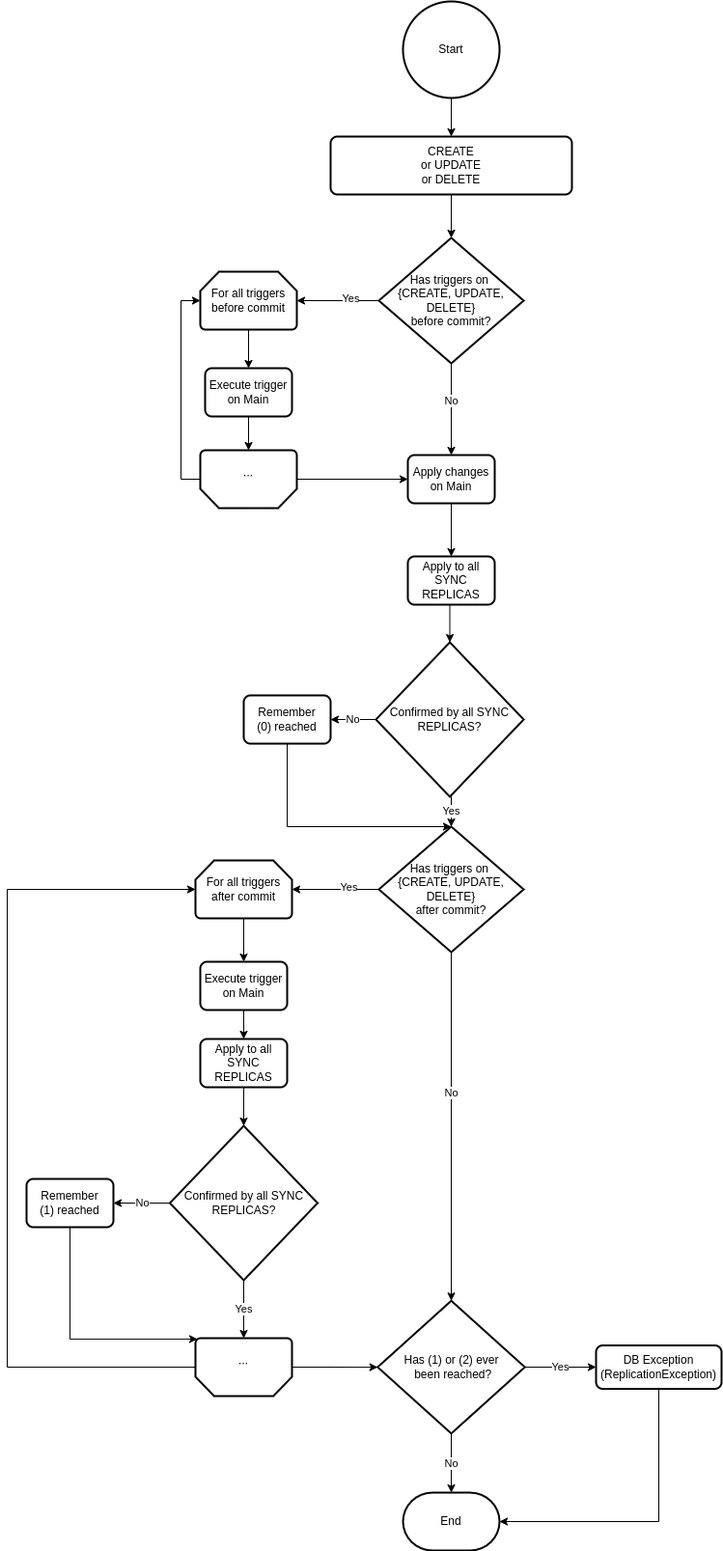
Above: docs/under-the-hood/data/replication/workflow_diagram_data_manipulation.drawio.png in memgraph/docs (draw.io), before the change. Source tidied: cells renumbered, new cells last; positions are measured from the earlier drawing's top-left corner, leaving out a move shared by most shapes.
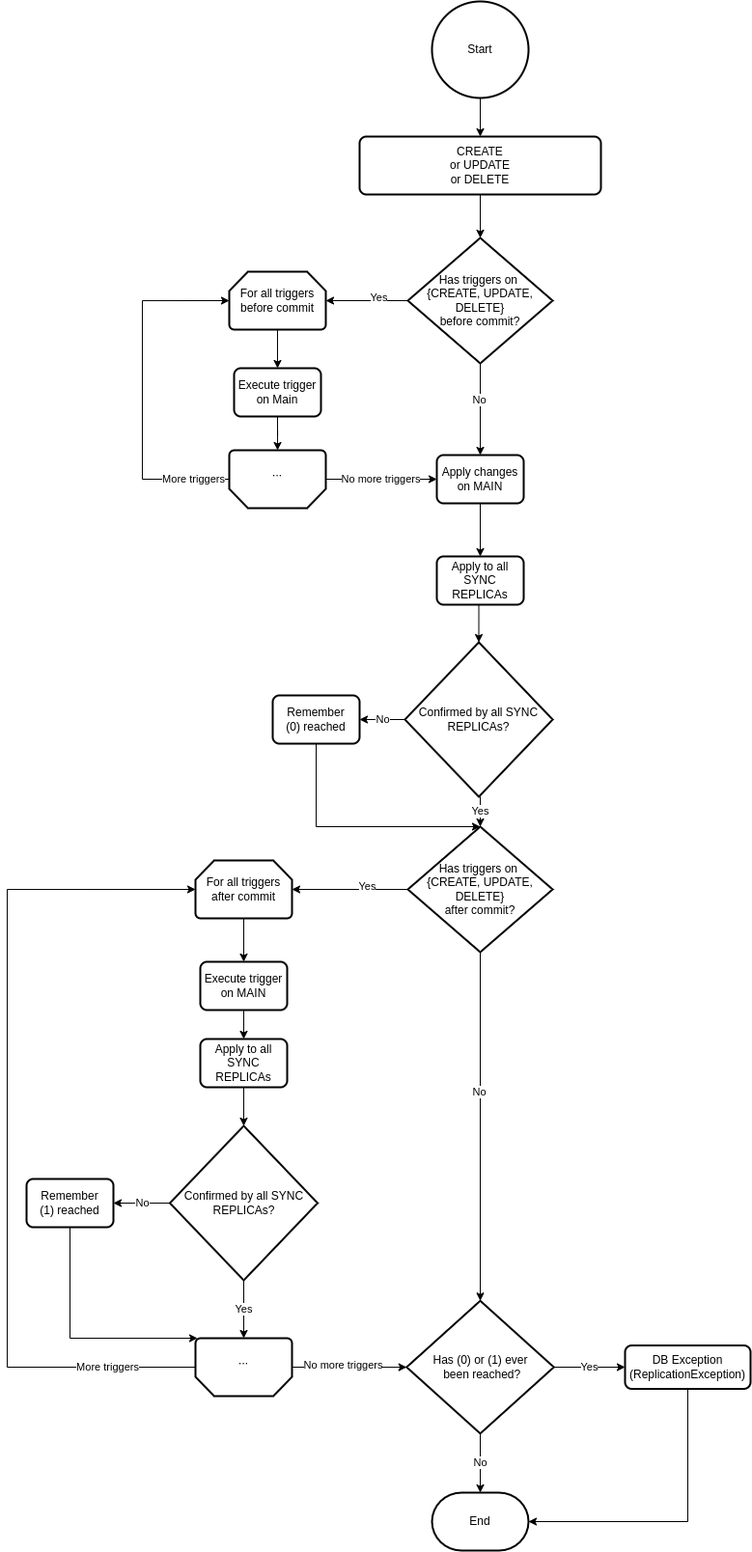
After the change.

Commit message:
Make diagram clearer

Diff of the diagram source:
```diff
@@ -29,12 +29,20 @@
     <mxCell id="10" value="No" style="edgeLabel;html=1;align=center;verticalAlign=middle;" parent="9" vertex="1">
       <mxGeometry x="-0.2" y="-1" relative="1" as="geometry" />
     </mxCell>
-    <mxCell id="11" style="edgeStyle=orthogonalEdgeStyle;rounded=0;jettySize=auto;html=1;exitX=0;exitY=0.5;exitDx=0;exitDy=0;exitPerimeter=0;" parent="1" edge="1" source="13" target="21">
+    <mxCell id="11" value="No more triggers" style="edgeStyle=orthogonalEdgeStyle;rounded=0;jettySize=auto;html=1;exitX=0;exitY=0.5;exitDx=0;exitDy=0;exitPerimeter=0;" parent="1" edge="1" source="13" target="21">
       <mxGeometry relative="1" as="geometry" />
     </mxCell>
     <mxCell id="12" style="edgeStyle=orthogonalEdgeStyle;rounded=0;jettySize=auto;html=1;exitX=1;exitY=0.5;exitDx=0;exitDy=0;exitPerimeter=0;entryX=0;entryY=0.5;entryDx=0;entryDy=0;entryPerimeter=0;" parent="1" edge="1" source="13" target="15">
-      <mxGeometry relative="1" as="geometry" />
+      <mxGeometry relative="1" as="geometry">
+        <Array as="points">
+          <mxPoint x="110" y="495" />
+          <mxPoint x="110" y="310" />
+        </Array>
+      </mxGeometry>
     </mxCell>
+    <mxCell id="54" value="More triggers" style="edgeLabel;html=1;align=center;verticalAlign=middle;" parent="12" vertex="1">
+      <mxGeometry x="-0.8" relative="1" as="geometry" />
+    </mxCell>
     <mxCell id="13" value="..." style="strokeWidth=2;html=1;shape=mxgraph.flowchart.loop_limit;whiteSpace=wrap;rotation=-180;" parent="1" vertex="1">
       <mxGeometry x="200" y="465" width="100" height="60" as="geometry" />
     </mxCell>
@@ -63,13 +71,13 @@
     <mxCell id="20" style="edgeStyle=orthogonalEdgeStyle;rounded=0;jettySize=auto;html=1;exitX=0.5;exitY=1;exitDx=0;exitDy=0;entryX=0.5;entryY=0;entryDx=0;entryDy=0;" parent="1" edge="1" source="21" target="23">
       <mxGeometry relative="1" as="geometry" />
     </mxCell>
-    <mxCell id="21" value="&lt;div&gt;Apply changes on Main&lt;/div&gt;" style="rounded=1;whiteSpace=wrap;html=1;absoluteArcSize=1;arcSize=14;strokeWidth=2;" parent="1" vertex="1">
+    <mxCell id="21" value="&lt;div&gt;Apply changes on MAIN&lt;/div&gt;" style="rounded=1;whiteSpace=wrap;html=1;absoluteArcSize=1;arcSize=14;strokeWidth=2;" parent="1" vertex="1">
       <mxGeometry x="415" y="470" width="90" height="50" as="geometry" />
     </mxCell>
     <mxCell id="22" style="edgeStyle=orthogonalEdgeStyle;rounded=0;jettySize=auto;html=1;exitX=0.5;exitY=1;exitDx=0;exitDy=0;entryX=0.5;entryY=0;entryDx=0;entryDy=0;entryPerimeter=0;" parent="1" edge="1" source="23" target="26">
       <mxGeometry relative="1" as="geometry" />
     </mxCell>
-    <mxCell id="23" value="&lt;div&gt;Apply to all SYNC REPLICAS&lt;/div&gt;" style="rounded=1;whiteSpace=wrap;html=1;absoluteArcSize=1;arcSize=14;strokeWidth=2;" parent="1" vertex="1">
+    <mxCell id="23" value="&lt;div&gt;Apply to all SYNC REPLICAs&lt;/div&gt;" style="rounded=1;whiteSpace=wrap;html=1;absoluteArcSize=1;arcSize=14;strokeWidth=2;" parent="1" vertex="1">
       <mxGeometry x="415" y="575" width="90" height="50" as="geometry" />
     </mxCell>
     <mxCell id="24" value="No" style="edgeStyle=orthogonalEdgeStyle;rounded=0;jettySize=auto;html=1;exitX=0;exitY=0.5;exitDx=0;exitDy=0;exitPerimeter=0;" parent="1" edge="1" source="26" target="28">
@@ -78,7 +86,7 @@
     <mxCell id="25" value="Yes" style="edgeStyle=orthogonalEdgeStyle;rounded=0;jettySize=auto;html=1;exitX=0.5;exitY=1;exitDx=0;exitDy=0;exitPerimeter=0;entryX=0.5;entryY=0;entryDx=0;entryDy=0;entryPerimeter=0;" parent="1" edge="1" source="26" target="29">
       <mxGeometry relative="1" as="geometry" />
     </mxCell>
-    <mxCell id="26" value="Confirmed by all SYNC REPLICAS?" style="strokeWidth=2;html=1;shape=mxgraph.flowchart.decision;whiteSpace=wrap;" parent="1" vertex="1">
+    <mxCell id="26" value="Confirmed by all SYNC REPLICAs?" style="strokeWidth=2;html=1;shape=mxgraph.flowchart.decision;whiteSpace=wrap;" parent="1" vertex="1">
       <mxGeometry x="382" y="664" width="153" height="160" as="geometry" />
     </mxCell>
     <mxCell id="27" style="edgeStyle=orthogonalEdgeStyle;rounded=0;jettySize=auto;html=1;exitX=0.5;exitY=1;exitDx=0;exitDy=0;entryX=0.5;entryY=0;entryDx=0;entryDy=0;entryPerimeter=0;" parent="1" edge="1" source="28" target="29">
@@ -109,54 +117,62 @@
     <mxCell id="34" style="edgeStyle=orthogonalEdgeStyle;rounded=0;jettySize=auto;html=1;exitX=1;exitY=0.5;exitDx=0;exitDy=0;exitPerimeter=0;entryX=0;entryY=0.5;entryDx=0;entryDy=0;entryPerimeter=0;" parent="1" edge="1" source="36" target="38">
       <mxGeometry relative="1" as="geometry">
         <Array as="points">
-          <mxPoint y="1415" />
-          <mxPoint y="920" />
+          <mxPoint x="-30" y="1415" />
+          <mxPoint x="-30" y="920" />
         </Array>
       </mxGeometry>
     </mxCell>
+    <mxCell id="55" value="More triggers" style="edgeLabel;html=1;align=center;verticalAlign=middle;" parent="34" vertex="1">
+      <mxGeometry x="-0.79" relative="1" as="geometry" />
+    </mxCell>
     <mxCell id="35" style="edgeStyle=orthogonalEdgeStyle;rounded=0;jettySize=auto;html=1;exitX=0;exitY=0.5;exitDx=0;exitDy=0;exitPerimeter=0;" parent="1" edge="1" source="36" target="50">
       <mxGeometry relative="1" as="geometry" />
     </mxCell>
+    <mxCell id="56" value="No more triggers" style="edgeLabel;html=1;align=center;verticalAlign=middle;" parent="35" vertex="1">
+      <mxGeometry x="-0.12" y="2" relative="1" as="geometry" />
+    </mxCell>
     <mxCell id="36" value="..." style="strokeWidth=2;html=1;shape=mxgraph.flowchart.loop_limit;whiteSpace=wrap;rotation=-180;" parent="1" vertex="1">
-      <mxGeometry x="195" y="1385" width="100" height="60" as="geometry" />
+      <mxGeometry x="165" y="1385" width="100" height="60" as="geometry" />
     </mxCell>
     <mxCell id="37" style="edgeStyle=orthogonalEdgeStyle;rounded=0;jettySize=auto;html=1;exitX=0.5;exitY=1;exitDx=0;exitDy=0;exitPerimeter=0;entryX=0.5;entryY=0;entryDx=0;entryDy=0;" parent="1" edge="1" source="38" target="40">
       <mxGeometry relative="1" as="geometry" />
     </mxCell>
     <mxCell id="38" value="&lt;div&gt;For all triggers&lt;/div&gt;&lt;div&gt;after commit&lt;/div&gt;" style="strokeWidth=2;html=1;shape=mxgraph.flowchart.loop_limit;whiteSpace=wrap;" parent="1" vertex="1">
-      <mxGeometry x="195" y="890" width="100" height="60" as="geometry" />
+      <mxGeometry x="165" y="890" width="100" height="60" as="geometry" />
     </mxCell>
     <mxCell id="39" style="edgeStyle=orthogonalEdgeStyle;rounded=0;jettySize=auto;html=1;exitX=0.5;exitY=1;exitDx=0;exitDy=0;" parent="1" edge="1" source="40" target="42">
       <mxGeometry relative="1" as="geometry" />
     </mxCell>
-    <mxCell id="40" value="&lt;div&gt;Execute trigger&lt;/div&gt;&lt;div&gt;on Main&lt;/div&gt;" style="rounded=1;whiteSpace=wrap;html=1;absoluteArcSize=1;arcSize=14;strokeWidth=2;" parent="1" vertex="1">
-      <mxGeometry x="200" y="995" width="90" height="50" as="geometry" />
+    <mxCell id="40" value="&lt;div&gt;Execute trigger&lt;/div&gt;&lt;div&gt;on MAIN&lt;/div&gt;" style="rounded=1;whiteSpace=wrap;html=1;absoluteArcSize=1;arcSize=14;strokeWidth=2;" parent="1" vertex="1">
+      <mxGeometry x="170" y="995" width="90" height="50" as="geometry" />
     </mxCell>
     <mxCell id="41" style="edgeStyle=orthogonalEdgeStyle;rounded=0;jettySize=auto;html=1;exitX=0.5;exitY=1;exitDx=0;exitDy=0;" parent="1" edge="1" source="42" target="45">
       <mxGeometry relative="1" as="geometry" />
     </mxCell>
-    <mxCell id="42" value="Apply to all SYNC REPLICAS" style="rounded=1;whiteSpace=wrap;html=1;absoluteArcSize=1;arcSize=14;strokeWidth=2;" parent="1" vertex="1">
-      <mxGeometry x="200" y="1075" width="90" height="50" as="geometry" />
+    <mxCell id="42" value="Apply to all SYNC REPLICAs" style="rounded=1;whiteSpace=wrap;html=1;absoluteArcSize=1;arcSize=14;strokeWidth=2;" parent="1" vertex="1">
+      <mxGeometry x="170" y="1075" width="90" height="50" as="geometry" />
     </mxCell>
-    <mxCell id="43" value="No" style="edgeStyle=orthogonalEdgeStyle;rounded=0;jettySize=auto;html=1;exitX=0;exitY=0.5;exitDx=0;exitDy=0;exitPerimeter=0;" parent="1" edge="1" source="45" target="47">
-      <mxGeometry relative="1" as="geometry" />
+    <mxCell id="43" value="No" style="edgeStyle=orthogonalEdgeStyle;rounded=0;jettySize=auto;html=1;" parent="1" edge="1" target="47">
+      <mxGeometry relative="1" as="geometry">
+        <mxPoint x="140" y="1245" as="sourcePoint" />
+      </mxGeometry>
     </mxCell>
-    <mxCell id="44" value="Yes" style="edgeStyle=orthogonalEdgeStyle;rounded=0;jettySize=auto;html=1;exitX=0.5;exitY=1;exitDx=0;exitDy=0;exitPerimeter=0;" parent="1" edge="1" source="45" target="36">
+    <mxCell id="44" value="Yes" style="edgeStyle=orthogonalEdgeStyle;rounded=0;jettySize=auto;html=1;" parent="1" edge="1" source="45" target="36">
       <mxGeometry relative="1" as="geometry" />
     </mxCell>
-    <mxCell id="45" value="Confirmed by all SYNC REPLICAS?" style="strokeWidth=2;html=1;shape=mxgraph.flowchart.decision;whiteSpace=wrap;" parent="1" vertex="1">
-      <mxGeometry x="168.5" y="1165" width="153" height="160" as="geometry" />
+    <mxCell id="45" value="Confirmed by all SYNC REPLICAs?" style="strokeWidth=2;html=1;shape=mxgraph.flowchart.decision;whiteSpace=wrap;" parent="1" vertex="1">
+      <mxGeometry x="138.5" y="1165" width="153" height="160" as="geometry" />
     </mxCell>
     <mxCell id="46" style="edgeStyle=orthogonalEdgeStyle;rounded=0;jettySize=auto;html=1;exitX=0.5;exitY=1;exitDx=0;exitDy=0;entryX=0.98;entryY=0.985;entryDx=0;entryDy=0;entryPerimeter=0;" parent="1" edge="1" source="47" target="36">
       <mxGeometry relative="1" as="geometry">
         <Array as="points">
-          <mxPoint x="65" y="1385" />
-          <mxPoint x="197" y="1385" />
+          <mxPoint x="35" y="1385" />
+          <mxPoint x="167" y="1385" />
         </Array>
       </mxGeometry>
     </mxCell>
     <mxCell id="47" value="&lt;div&gt;Remember&lt;/div&gt;&lt;div&gt;(1) reached&lt;/div&gt;" style="rounded=1;whiteSpace=wrap;html=1;absoluteArcSize=1;arcSize=14;strokeWidth=2;" parent="1" vertex="1">
-      <mxGeometry x="20" y="1220" width="90" height="50" as="geometry" />
+      <mxGeometry x="-10" y="1220" width="90" height="50" as="geometry" />
     </mxCell>
     <mxCell id="48" value="No" style="edgeStyle=orthogonalEdgeStyle;rounded=0;jettySize=auto;html=1;exitX=0.5;exitY=1;exitDx=0;exitDy=0;exitPerimeter=0;" parent="1" edge="1" source="50" target="51">
       <mxGeometry relative="1" as="geometry" />
@@ -164,7 +180,7 @@
     <mxCell id="49" value="Yes" style="edgeStyle=orthogonalEdgeStyle;rounded=0;jettySize=auto;html=1;exitX=1;exitY=0.5;exitDx=0;exitDy=0;exitPerimeter=0;" parent="1" edge="1" source="50" target="53">
       <mxGeometry relative="1" as="geometry" />
     </mxCell>
-    <mxCell id="50" value="&lt;div&gt;Has (1) or (2) ever&lt;/div&gt;&lt;div&gt;&amp;nbsp;been reached?&lt;/div&gt;" style="strokeWidth=2;html=1;shape=mxgraph.flowchart.decision;whiteSpace=wrap;" parent="1" vertex="1">
+    <mxCell id="50" value="&lt;div&gt;Has (0) or (1) ever&lt;/div&gt;&lt;div&gt;&amp;nbsp;been reached?&lt;/div&gt;" style="strokeWidth=2;html=1;shape=mxgraph.flowchart.decision;whiteSpace=wrap;" parent="1" vertex="1">
       <mxGeometry x="383.8" y="1346.2" width="152.5" height="137.5" as="geometry" />
     </mxCell>
     <mxCell id="51" value="End" style="strokeWidth=2;html=1;shape=mxgraph.flowchart.terminator;whiteSpace=wrap;" parent="1" vertex="1">
```
